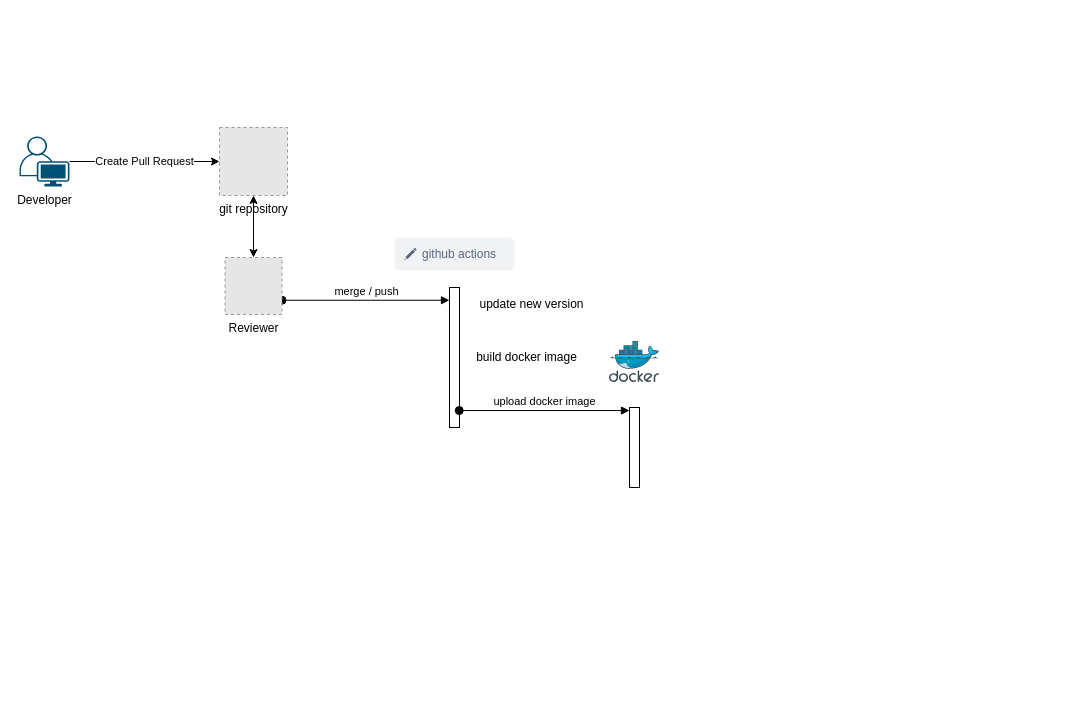
spaceone-dev/developer keeps this draw.io diagram as docs/images/build_and_deploy.drawio. Above is the earlier version. Source tidied: cells renumbered, new cells numbered last; positions are measured from the earlier drawing's top-left corner, leaving out a move shared by most shapes. Both pictures are drawn from the tidied source at 100%, with x=0, y=0 at pixel (19, 127). Pictures stored in the file or linked from it are replaced by grey dashed boxes.
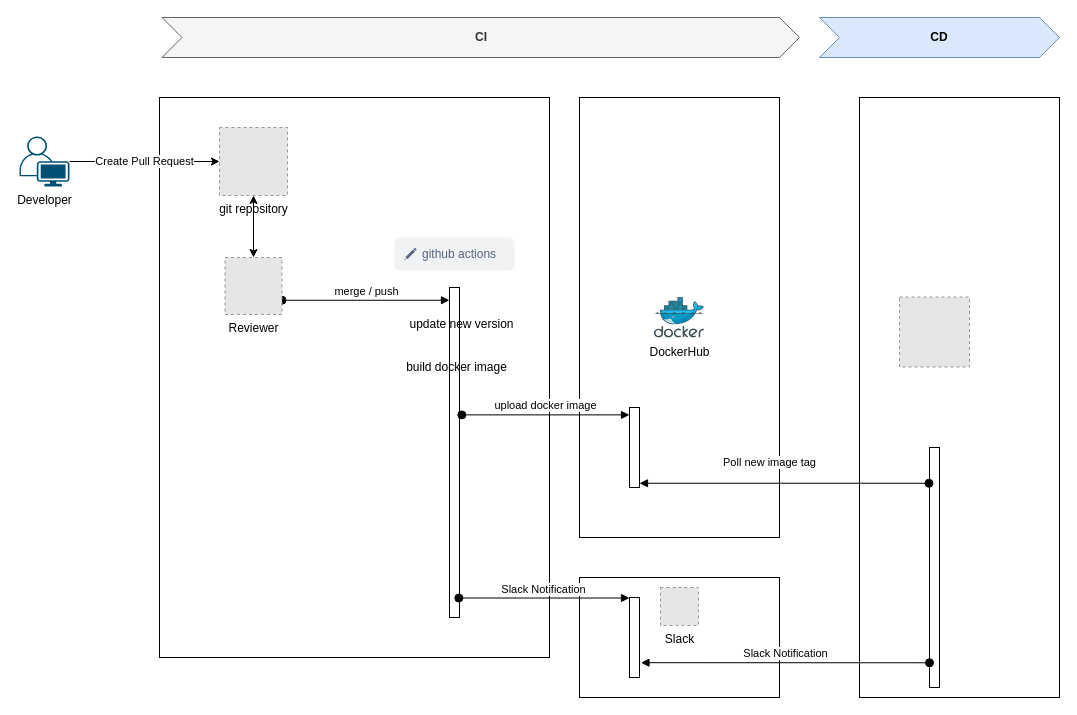
Above is the later version.

Unchanged cells that the change refers to:
```xml
<mxCell id="14" style="html=1;points=[];perimeter=orthogonalPerimeter;" parent="1" vertex="1">
  <mxGeometry x="610" y="280" width="10" height="80" as="geometry" />
</mxCell>
```

Diff of the diagram source:
```diff
@@
+    <mxCell id="16" style="rounded=0;whiteSpace=wrap;html=1;fillColor=none;" parent="1" vertex="1">
+      <mxGeometry x="140" y="-30" width="390" height="560" as="geometry" />
+    </mxCell>
+    <mxCell id="17" style="rounded=0;whiteSpace=wrap;html=1;fillColor=none;" parent="1" vertex="1">
+      <mxGeometry x="560" y="-30" width="200" height="440" as="geometry" />
+    </mxCell>
@@
     <mxCell id="3" style="html=1;points=[];perimeter=orthogonalPerimeter;" parent="1" vertex="1">
-      <mxGeometry x="430" y="160" width="10" height="140" as="geometry" />
+      <mxGeometry x="430" y="160" width="10" height="330" as="geometry" />
     </mxCell>
@@
     <mxCell id="11" value="update new version" style="text;html=1;strokeColor=none;fillColor=none;align=center;verticalAlign=middle;whiteSpace=wrap;rounded=0;" parent="1" vertex="1">
-      <mxGeometry x="445" y="167" width="135" height="20" as="geometry" />
+      <mxGeometry x="375" y="187" width="135" height="20" as="geometry" />
     </mxCell>
     <mxCell id="12" value="build docker image" style="text;html=1;strokeColor=none;fillColor=none;align=center;verticalAlign=middle;whiteSpace=wrap;rounded=0;" parent="1" vertex="1">
-      <mxGeometry x="445" y="220" width="125" height="20" as="geometry" />
+      <mxGeometry x="375" y="230" width="125" height="20" as="geometry" />
     </mxCell>
-    <mxCell id="13" style="html=1;align=center;image;fontSize=12;image=img/lib/mscae/Docker.svg;" parent="1" vertex="1">
-      <mxGeometry x="590" y="214" width="50" height="41" as="geometry" />
+    <mxCell id="13" value="DockerHub" style="html=1;align=center;image;fontSize=12;image=img/lib/mscae/Docker.svg;" parent="1" vertex="1">
+      <mxGeometry x="635" y="169.5" width="50" height="41" as="geometry" />
     </mxCell>
@@
-    <mxCell id="15" value="upload docker image" style="html=1;verticalAlign=bottom;startArrow=oval;endArrow=block;startSize=8;exitX=0.973;exitY=0.879;exitDx=0;exitDy=0;exitPerimeter=0;" parent="1" edge="1" source="3" target="14">
+    <mxCell id="15" value="upload docker image" style="html=1;verticalAlign=bottom;startArrow=oval;endArrow=block;startSize=8;exitX=1.236;exitY=0.386;exitDx=0;exitDy=0;exitPerimeter=0;" parent="1" edge="1" source="3" target="14">
       <mxGeometry relative="1" as="geometry" />
     </mxCell>
+    <mxCell id="18" style="rounded=0;whiteSpace=wrap;html=1;fillColor=none;" parent="1" vertex="1">
+      <mxGeometry x="560" y="450" width="200" height="120" as="geometry" />
+    </mxCell>
+    <mxCell id="19" style="html=1;points=[];perimeter=orthogonalPerimeter;fillColor=none;" parent="1" vertex="1">
+      <mxGeometry x="610" y="470" width="10" height="80" as="geometry" />
+    </mxCell>
+    <mxCell id="20" value="Slack Notification" style="html=1;verticalAlign=bottom;startArrow=oval;endArrow=block;startSize=8;exitX=0.936;exitY=0.941;exitDx=0;exitDy=0;exitPerimeter=0;" parent="1" edge="1" source="3" target="19">
+      <mxGeometry relative="1" as="geometry" />
+    </mxCell>
+    <mxCell id="21" value="Slack" style="fillColor=#E6E6E6;strokeColor=#999999;dashed=1;html=1;verticalAlign=top;verticalLabelPosition=bottom;labelBackgroundColor=#ffffff;" parent="1" vertex="1">
+      <mxGeometry x="641" y="460" width="38" height="38" as="geometry" />
+    </mxCell>
+    <mxCell id="22" style="rounded=0;whiteSpace=wrap;html=1;fillColor=none;" parent="1" vertex="1">
+      <mxGeometry x="840" y="-30" width="200" height="600" as="geometry" />
+    </mxCell>
+    <mxCell id="23" style="html=1;points=[];perimeter=orthogonalPerimeter;fillColor=none;" parent="1" vertex="1">
+      <mxGeometry x="910" y="320" width="10" height="240" as="geometry" />
+    </mxCell>
+    <mxCell id="24" value="Poll new image tag" style="html=1;verticalAlign=bottom;startArrow=oval;startFill=1;endArrow=block;startSize=8;exitX=-0.055;exitY=0.149;exitDx=0;exitDy=0;exitPerimeter=0;" parent="1" edge="1" source="23" target="14">
+      <mxGeometry x="0.1" y="-12" relative="1" as="geometry" />
+    </mxCell>
+    <mxCell id="25" style="fillColor=#E6E6E6;strokeColor=#999999;dashed=1;verticalLabelPosition=bottom;verticalAlign=top;" parent="1" vertex="1">
+      <mxGeometry x="880" y="169.5" width="70" height="70" as="geometry" />
+    </mxCell>
+    <mxCell id="26" value="Slack Notification" style="html=1;verticalAlign=bottom;startArrow=oval;startFill=1;endArrow=block;startSize=8;entryX=1.145;entryY=0.815;entryDx=0;entryDy=0;entryPerimeter=0;exitX=0;exitY=0.897;exitDx=0;exitDy=0;exitPerimeter=0;" parent="1" edge="1" source="23" target="19">
+      <mxGeometry relative="1" as="geometry" />
+    </mxCell>
+    <mxCell id="27" value="CI" style="shape=step;perimeter=stepPerimeter;whiteSpace=wrap;html=1;fixedSize=1;fillColor=#f5f5f5;strokeColor=#666666;fontColor=#333333;fontStyle=1;" parent="1" vertex="1">
+      <mxGeometry x="142.5" y="-110" width="637.5" height="40" as="geometry" />
+    </mxCell>
+    <mxCell id="28" value="CD" style="shape=step;perimeter=stepPerimeter;whiteSpace=wrap;html=1;fixedSize=1;fillColor=#dae8fc;strokeColor=#6c8ebf;fontStyle=1;" parent="1" vertex="1">
+      <mxGeometry x="800" y="-110" width="240" height="40" as="geometry" />
+    </mxCell>
```
